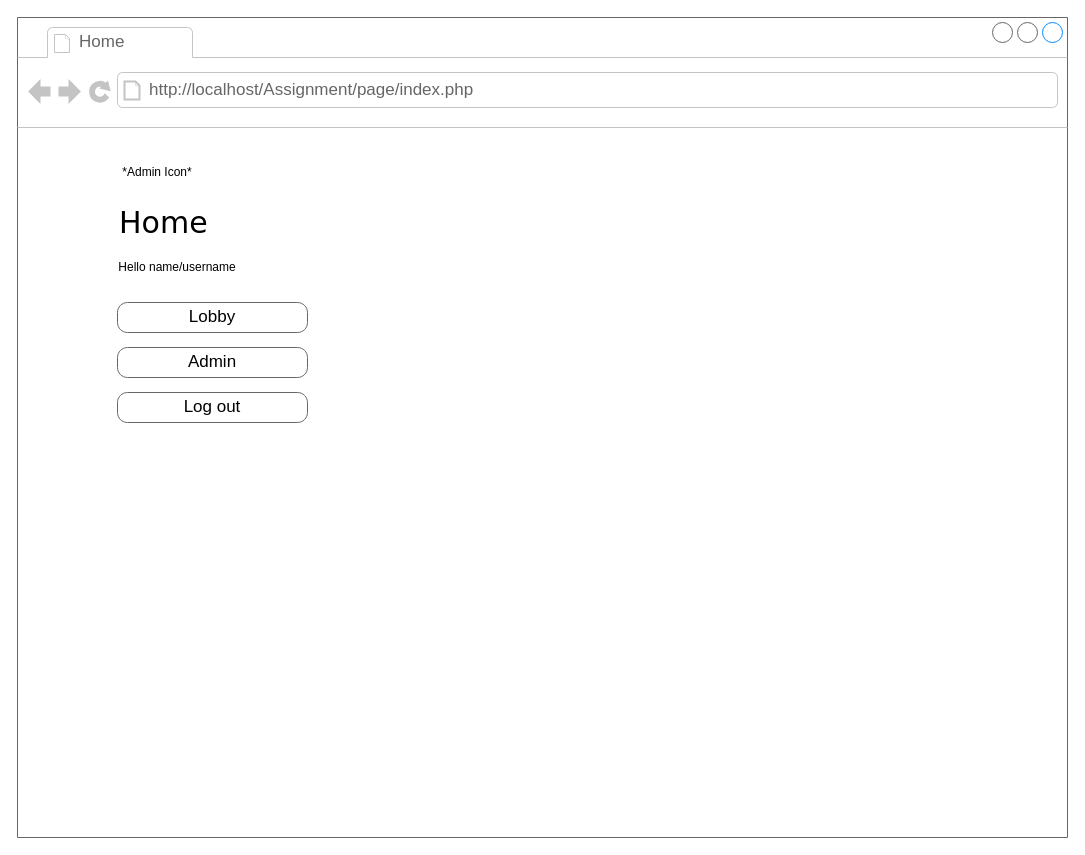
The draw.io diagram diagram/WebAppDes_Wireframe_Index_LoggedIn_Admin.drawio in Web-App-Dev-Assignment/Web-Application-Development-Assignment, before the edit. Source tidied: cells renumbered, new cells numbered last; positions are measured from the earlier drawing's top-left corner, leaving out a move shared by most shapes. Both pictures are drawn from the tidied source at 100%, with x=0, y=0 at pixel (17, 17).
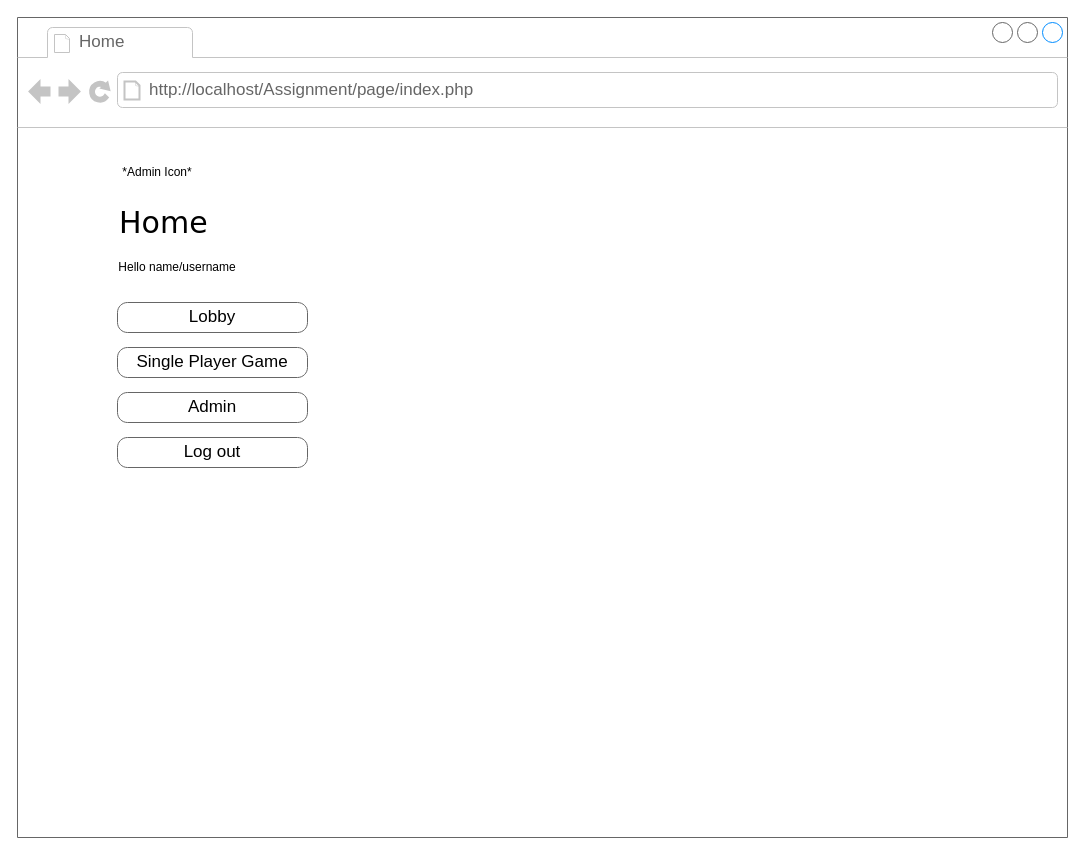
The same diagram, later.

Commit message (it also covers changes not shown here):
Diagram update, Button UI update

Diff of the diagram source:
```diff
@@
 <mxGraphModel background="#ffffff">
   <root>
     <mxCell id="0" />
     <mxCell id="1" parent="0" />
     <mxCell id="2" style="strokeWidth=1;shadow=0;dashed=0;align=center;html=1;shape=mxgraph.mockup.containers.browserWindow;rSize=0;strokeColor=#666666;mainText=,;rounded=0;labelBackgroundColor=none;fontFamily=Verdana;fontSize=12;" parent="1" vertex="1">
       <mxGeometry width="1050" height="820" as="geometry" />
     </mxCell>
     <mxCell id="3" value="Home" style="strokeWidth=1;shadow=0;dashed=0;align=center;html=1;shape=mxgraph.mockup.containers.anchor;fontSize=17;fontColor=#666666;align=left;" parent="2" vertex="1">
       <mxGeometry x="60" y="12" width="110" height="26" as="geometry" />
     </mxCell>
     <mxCell id="4" value="http://localhost/Assignment/page/index.php" style="strokeWidth=1;shadow=0;dashed=0;align=center;html=1;shape=mxgraph.mockup.containers.anchor;rSize=0;fontSize=17;fontColor=#666666;align=left;" parent="2" vertex="1">
       <mxGeometry x="130" y="60" width="350" height="26" as="geometry" />
     </mxCell>
     <mxCell id="5" value="Home" style="text;html=1;align=left;verticalAlign=top;spacingTop=-4;fontSize=30;fontFamily=Verdana;" parent="2" vertex="1">
       <mxGeometry x="100" y="185" width="340" height="50" as="geometry" />
     </mxCell>
     <mxCell id="6" value="Lobby" style="strokeWidth=1;shadow=0;dashed=0;align=center;html=1;shape=mxgraph.mockup.buttons.button;strokeColor=#666666;mainText=;buttonStyle=round;fontSize=17;fontStyle=0;fillColor=none;whiteSpace=wrap;rounded=0;labelBackgroundColor=none;" parent="2" vertex="1">
       <mxGeometry x="100" y="285" width="190" height="30" as="geometry" />
     </mxCell>
-    <mxCell id="7" value="Admin" style="strokeWidth=1;shadow=0;dashed=0;align=center;html=1;shape=mxgraph.mockup.buttons.button;strokeColor=#666666;mainText=;buttonStyle=round;fontSize=17;fontStyle=0;fillColor=none;whiteSpace=wrap;rounded=0;labelBackgroundColor=none;" parent="2" vertex="1">
+    <mxCell id="7" value="Single Player Game" style="strokeWidth=1;shadow=0;dashed=0;align=center;html=1;shape=mxgraph.mockup.buttons.button;strokeColor=#666666;mainText=;buttonStyle=round;fontSize=17;fontStyle=0;fillColor=none;whiteSpace=wrap;rounded=0;labelBackgroundColor=none;" parent="2" vertex="1">
       <mxGeometry x="100" y="330" width="190" height="30" as="geometry" />
     </mxCell>
-    <mxCell id="8" value="Log out" style="strokeWidth=1;shadow=0;dashed=0;align=center;html=1;shape=mxgraph.mockup.buttons.button;strokeColor=#666666;mainText=;buttonStyle=round;fontSize=17;fontStyle=0;fillColor=none;whiteSpace=wrap;rounded=0;labelBackgroundColor=none;" parent="2" vertex="1">
+    <mxCell id="8" value="Admin" style="strokeWidth=1;shadow=0;dashed=0;align=center;html=1;shape=mxgraph.mockup.buttons.button;strokeColor=#666666;mainText=;buttonStyle=round;fontSize=17;fontStyle=0;fillColor=none;whiteSpace=wrap;rounded=0;labelBackgroundColor=none;" parent="2" vertex="1">
       <mxGeometry x="100" y="375" width="190" height="30" as="geometry" />
     </mxCell>
     <mxCell id="9" value="Hello name/username" style="text;html=1;strokeColor=none;fillColor=none;align=center;verticalAlign=middle;whiteSpace=wrap;rounded=0;" parent="2" vertex="1">
       <mxGeometry x="100" y="235" width="120" height="30" as="geometry" />
     </mxCell>
     <mxCell id="10" value="*Admin Icon*" style="text;html=1;strokeColor=none;fillColor=none;align=center;verticalAlign=middle;whiteSpace=wrap;rounded=0;" parent="2" vertex="1">
       <mxGeometry x="100" y="140" width="80" height="30" as="geometry" />
     </mxCell>
+    <mxCell id="11" value="Log out" style="strokeWidth=1;shadow=0;dashed=0;align=center;html=1;shape=mxgraph.mockup.buttons.button;strokeColor=#666666;mainText=;buttonStyle=round;fontSize=17;fontStyle=0;fillColor=none;whiteSpace=wrap;rounded=0;labelBackgroundColor=none;" parent="2" vertex="1">
+      <mxGeometry x="100" y="420" width="190" height="30" as="geometry" />
+    </mxCell>
   </root>
 </mxGraphModel>
```
